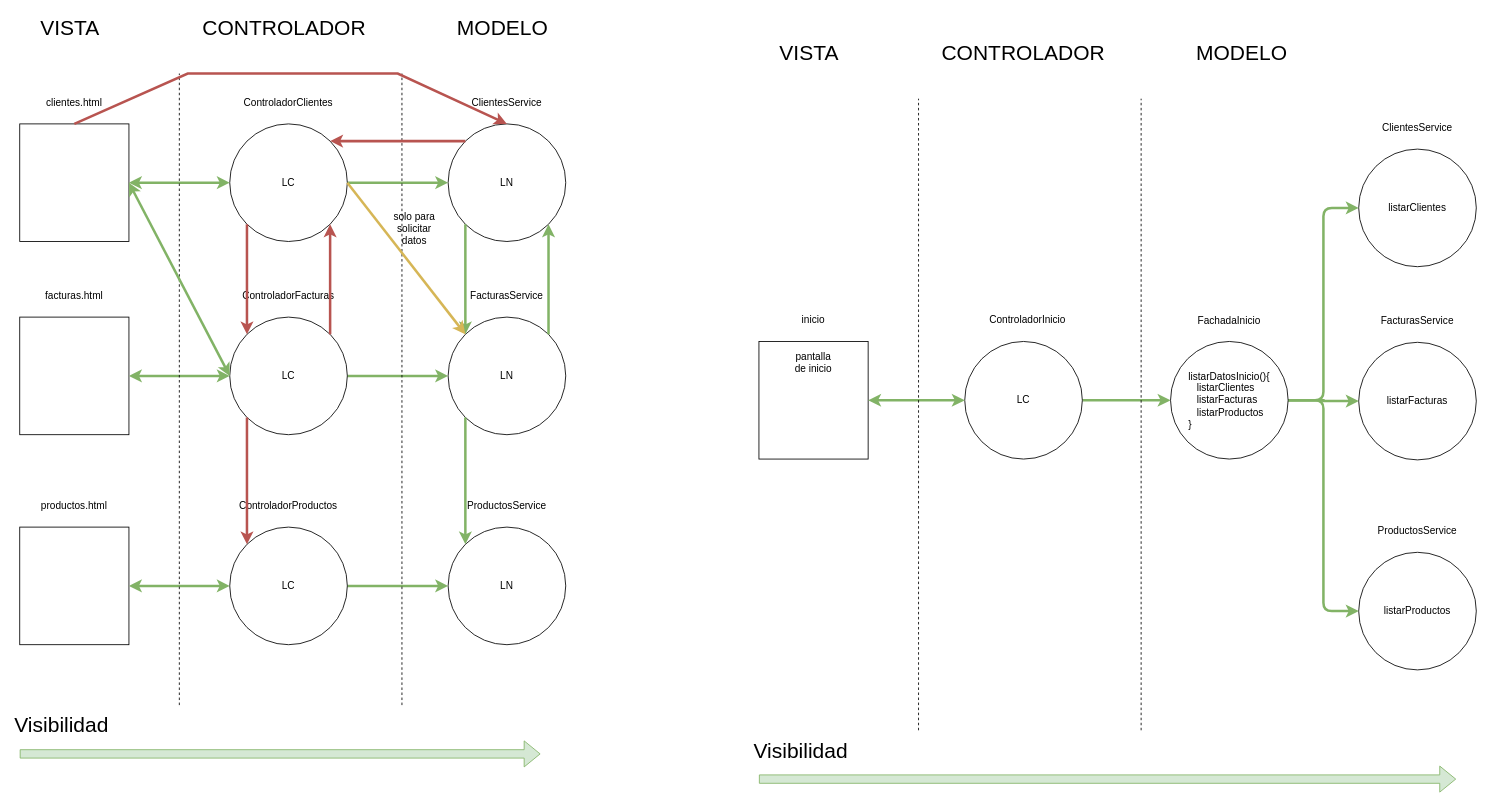
The draw.io diagram page "Página-2" (2 of 40) of patrones_2022_7.drawio in lrag/Patrones, before the edit. Source tidied: cells renumbered, new cells numbered last; positions are measured from the earlier drawing's top-left corner, leaving out a move shared by most shapes. Both pictures are drawn from the tidied source at 84%, with x=0, y=0 at pixel (19, 14).
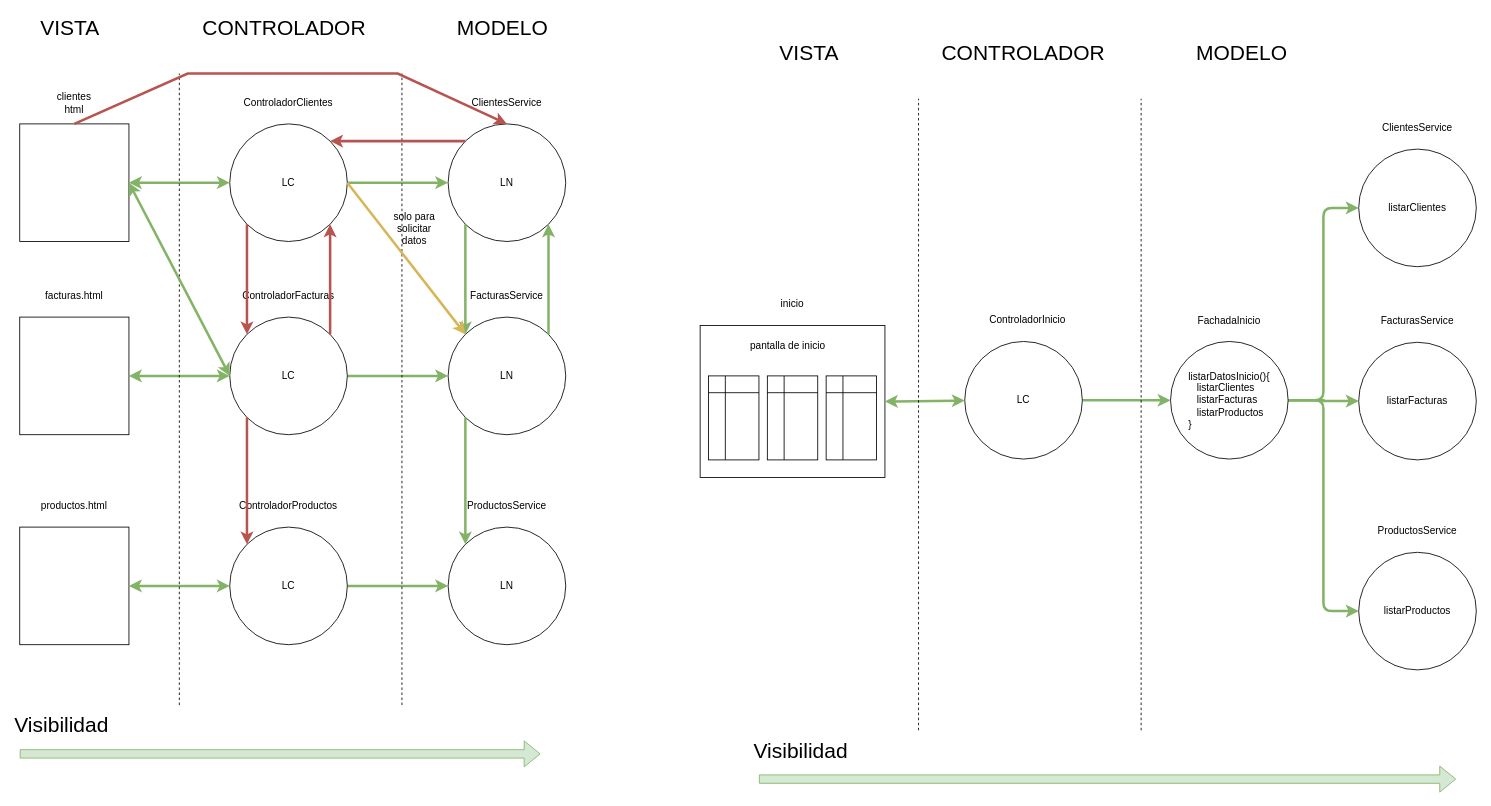
The same page after the edit.

The edit, as a diff of the source:
```diff
@@
-    <mxCell id="10" value="clientes.html" style="text;html=1;strokeColor=none;fillColor=none;align=center;verticalAlign=middle;whiteSpace=wrap;rounded=0;" parent="1" vertex="1">
+    <mxCell id="10" value="clientes html" style="text;html=1;strokeColor=none;fillColor=none;align=center;verticalAlign=middle;whiteSpace=wrap;rounded=0;" parent="1" vertex="1">
       <mxGeometry x="35" y="90" width="60" height="30" as="geometry" />
     </mxCell>
@@
     <mxCell id="48" style="rounded=0;whiteSpace=wrap;html=1;" parent="1" vertex="1">
-      <mxGeometry x="880" y="389" width="130" height="140" as="geometry" />
+      <mxGeometry x="810" y="370" width="220" height="181" as="geometry" />
     </mxCell>
@@
     <mxCell id="53" value="inicio" style="text;html=1;strokeColor=none;fillColor=none;align=center;verticalAlign=middle;whiteSpace=wrap;rounded=0;" parent="1" vertex="1">
-      <mxGeometry x="915" y="349" width="60" height="30" as="geometry" />
+      <mxGeometry x="890" y="330" width="60" height="30" as="geometry" />
     </mxCell>
@@
     <mxCell id="68" value="pantalla de inicio" style="text;html=1;strokeColor=none;fillColor=none;align=center;verticalAlign=middle;whiteSpace=wrap;rounded=0;" parent="1" vertex="1">
-      <mxGeometry x="915" y="399" width="60" height="30" as="geometry" />
+      <mxGeometry x="856.5" y="380" width="115" height="30" as="geometry" />
     </mxCell>
+    <mxCell id="69" style="shape=internalStorage;whiteSpace=wrap;html=1;backgroundOutline=1;" parent="1" vertex="1">
+      <mxGeometry x="820" y="430" width="60" height="100" as="geometry" />
+    </mxCell>
+    <mxCell id="70" style="shape=internalStorage;whiteSpace=wrap;html=1;backgroundOutline=1;" parent="1" vertex="1">
+      <mxGeometry x="890" y="430" width="60" height="100" as="geometry" />
+    </mxCell>
+    <mxCell id="71" style="shape=internalStorage;whiteSpace=wrap;html=1;backgroundOutline=1;" parent="1" vertex="1">
+      <mxGeometry x="960" y="430" width="60" height="100" as="geometry" />
+    </mxCell>
```
